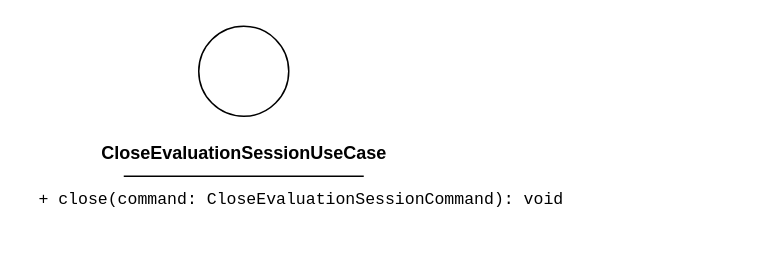
Above: src/PB/DocumentazioneEsterna/Specifica_Tecnica/content/05-diagrammi-classi/uml/puml/Backend/Port/CloseEvaluationSessionUseCase.drawio in GroupRubberDuck/Documentazione (draw.io), before the change. Source tidied: cells renumbered, new cells numbered last; positions are measured from the earlier drawing's top-left corner, leaving out a move shared by most shapes. Both pictures are drawn from the tidied source at 150%, with x=0, y=0 at pixel (26, 26).
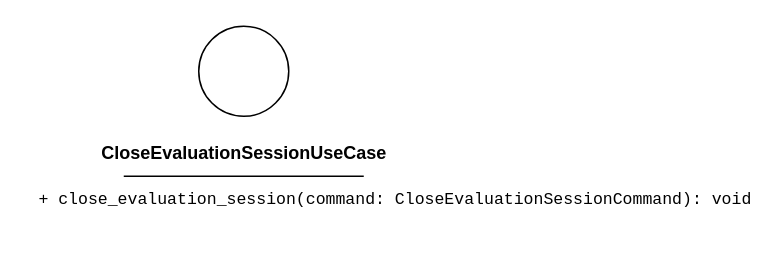
Above is the later version.

Change to the diagram source:
```diff
@@
 <mxGraphModel>
   <root>
     <mxCell id="0" />
     <mxCell id="1" parent="0" />
-    <mxCell id="2" value="&lt;div style=&quot;font-family: Consolas, &amp;quot;Courier New&amp;quot;, monospace; font-weight: normal; line-height: 19px; white-space: pre;&quot;&gt;&lt;div style=&quot;&quot;&gt;&lt;span style=&quot;background-color: rgb(255, 255, 255);&quot;&gt;&lt;font style=&quot;color: rgb(0, 0, 0); font-size: 11px;&quot;&gt; + close(command: CloseEvaluationSessionCommand): void&lt;/font&gt;&lt;/span&gt;&lt;/div&gt;&lt;/div&gt;" style="text;whiteSpace=wrap;html=1;" parent="1" vertex="1">
+    <mxCell id="2" value="&lt;div style=&quot;font-family: Consolas, &amp;quot;Courier New&amp;quot;, monospace; font-weight: normal; line-height: 19px; white-space: pre;&quot;&gt;&lt;div style=&quot;&quot;&gt;&lt;span style=&quot;background-color: rgb(255, 255, 255);&quot;&gt;&lt;font style=&quot;color: rgb(0, 0, 0); font-size: 11px;&quot;&gt; + close_evaluation_session(command: CloseEvaluationSessionCommand): void&lt;/font&gt;&lt;/span&gt;&lt;/div&gt;&lt;/div&gt;" style="text;whiteSpace=wrap;html=1;" parent="1" vertex="1">
       <mxGeometry y="100" width="290" height="40" as="geometry" />
     </mxCell>
     <mxCell id="3" style="ellipse;whiteSpace=wrap;html=1;" parent="1" vertex="1">
       <mxGeometry x="115" width="60" height="60" as="geometry" />
     </mxCell>
     <mxCell id="4" value="&lt;b&gt;CloseEvaluationSessionUseCase&lt;/b&gt;" style="text;html=1;align=center;verticalAlign=middle;strokeColor=none;fillColor=none;" parent="1" vertex="1">
       <mxGeometry x="40" y="70" width="210" height="30" as="geometry" />
     </mxCell>
     <mxCell id="5" style="endArrow=none;html=1;" parent="1" edge="1">
       <mxGeometry relative="1" as="geometry">
         <mxPoint x="65" y="100" as="sourcePoint" />
         <mxPoint x="225" y="100" as="targetPoint" />
         <Array as="points">
           <mxPoint x="145" y="100" />
         </Array>
       </mxGeometry>
     </mxCell>
   </root>
 </mxGraphModel>
```
